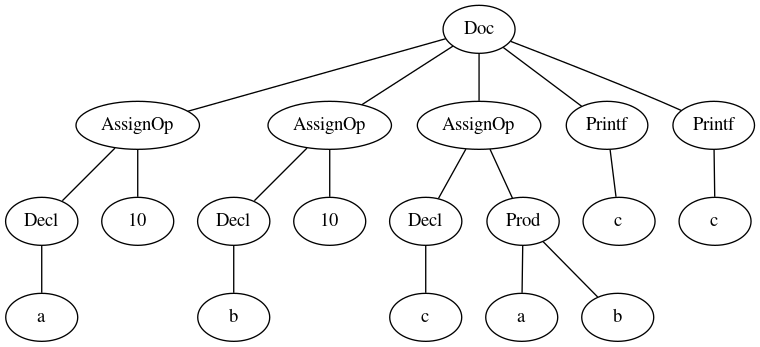
This is test_IO/result.png from manomarichal/project-compilers, a Graphviz export, as it was before one commit. Its source is kept beside it as test_IO/result.dot.
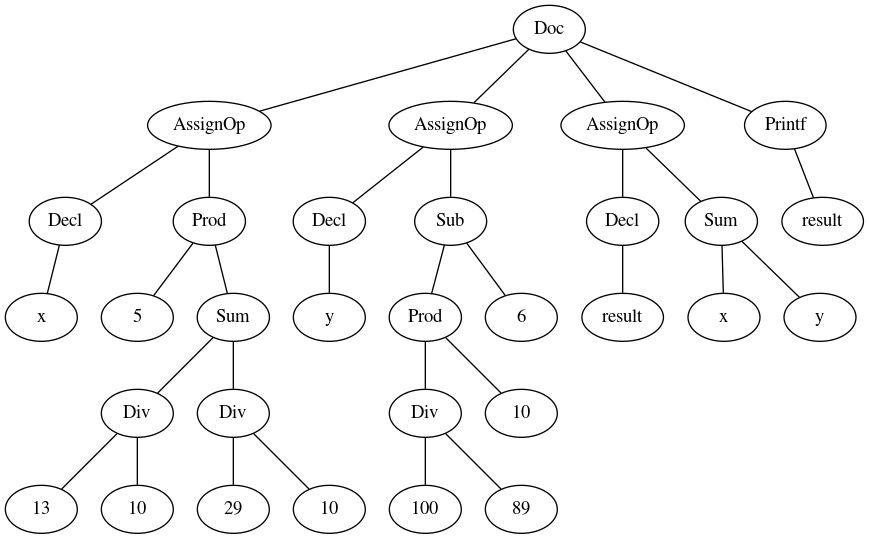
Later version of the same file.

What changed in the source:
```diff
@@ -2,38 +2,62 @@
 1 [label=Doc];
 2 [label=AssignOp];
 3 [label=Decl];
-4 [label=a];
+4 [label=x];
 3 -- 4;
 2 -- 3;
-5 [label=10];
+5 [label=Prod];
+6 [label=5];
+5 -- 6;
+7 [label=Sum];
+8 [label=Div];
+9 [label=13];
+8 -- 9;
+10 [label=10];
+8 -- 10;
+7 -- 8;
+11 [label=Div];
+12 [label=29];
+11 -- 12;
+13 [label=10];
+11 -- 13;
+7 -- 11;
+5 -- 7;
 2 -- 5;
 1 -- 2;
-6 [label=AssignOp];
-7 [label=Decl];
-8 [label=b];
-7 -- 8;
-6 -- 7;
-9 [label=10];
-6 -- 9;
-1 -- 6;
-10 [label=AssignOp];
-11 [label=Decl];
-12 [label=c];
-11 -- 12;
-10 -- 11;
-13 [label=Prod];
-14 [label=a];
-13 -- 14;
-15 [label=b];
-13 -- 15;
-10 -- 13;
-1 -- 10;
-16 [label=Printf];
-17 [label=c];
-16 -- 17;
-1 -- 16;
-18 [label=Printf];
-19 [label=c];
+14 [label=AssignOp];
+15 [label=Decl];
+16 [label=y];
+15 -- 16;
+14 -- 15;
+17 [label=Sub];
+18 [label=Prod];
+19 [label=Div];
+20 [label=100];
+19 -- 20;
+21 [label=89];
+19 -- 21;
 18 -- 19;
-1 -- 18;
+22 [label=10];
+18 -- 22;
+17 -- 18;
+23 [label=6];
+17 -- 23;
+14 -- 17;
+1 -- 14;
+24 [label=AssignOp];
+25 [label=Decl];
+26 [label=result];
+25 -- 26;
+24 -- 25;
+27 [label=Sum];
+28 [label=x];
+27 -- 28;
+29 [label=y];
+27 -- 29;
+24 -- 27;
+1 -- 24;
+30 [label=Printf];
+31 [label=result];
+30 -- 31;
+1 -- 30;
 }
```
